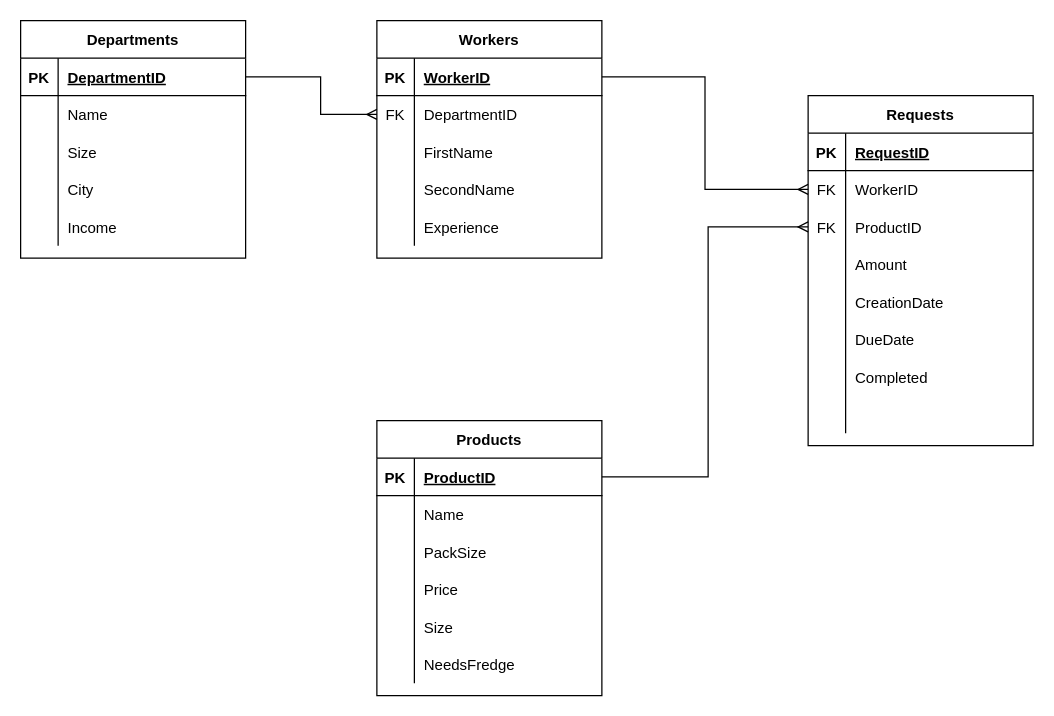
The draw.io diagram page "Страница 1" (1 of 2) of lab1/Model.drawio in alena-zayts/BMSTU_5sem_databases, before the edit. Source tidied: cells renumbered, new cells numbered last; positions are measured from the earlier drawing's top-left corner, leaving out a move shared by most shapes. Both pictures are drawn from the tidied source at 125%, with x=0, y=0 at pixel (20, 20).
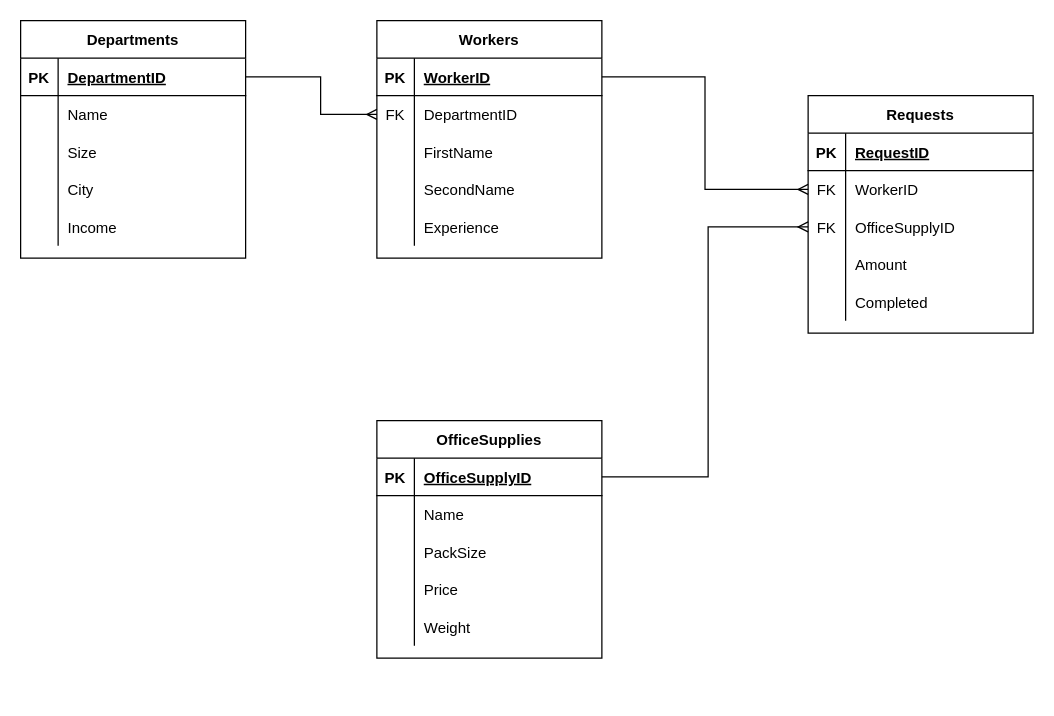
Above is the later version.

The change refers to these unchanged cells:
```xml
<mxCell id="9" style="shape=partialRectangle;fillColor=none;top=0;left=0;bottom=0;right=0;points=[[0,0.5],[1,0.5]];portConstraint=eastwest;" parent="2" vertex="1">
  <mxGeometry y="90" width="180" height="30" as="geometry" />
</mxCell>
<mxCell id="46" style="shape=partialRectangle;fillColor=none;top=0;left=0;bottom=1;right=0;points=[[0,0.5],[1,0.5]];portConstraint=eastwest;" parent="45" vertex="1">
  <mxGeometry y="30" width="180" height="30" as="geometry" />
</mxCell>
<mxCell id="58" style="shape=partialRectangle;fillColor=none;top=0;left=0;bottom=0;right=0;" parent="45" vertex="1">
  <mxGeometry y="150" width="180" height="30" as="geometry" />
</mxCell>
```

Change to the diagram source:
```diff
@@
     <mxCell id="2" value="Requests" style="shape=table;startSize=30;childLayout=tableLayout;rowLines=0;fontStyle=1;align=center;" parent="1" vertex="1">
-      <mxGeometry x="630" y="60" width="180" height="280" as="geometry" />
+      <mxGeometry x="630" y="60" width="180" height="190" as="geometry" />
     </mxCell>
@@
-    <mxCell id="11" value="ProductID" style="shape=partialRectangle;fillColor=none;top=0;left=0;bottom=0;right=0;align=left;spacingLeft=6;overflow=hidden;" parent="9" vertex="1">
+    <mxCell id="11" value="OfficeSupplyID" style="shape=partialRectangle;fillColor=none;top=0;left=0;bottom=0;right=0;align=left;spacingLeft=6;overflow=hidden;" parent="9" vertex="1">
       <mxGeometry x="30" width="150" height="30" as="geometry" />
     </mxCell>
@@
-    <mxCell id="15" style="shape=partialRectangle;fillColor=none;top=0;left=0;bottom=0;right=0;" parent="2" vertex="1">
-      <mxGeometry y="150" width="180" height="30" as="geometry" />
-    </mxCell>
-    <mxCell id="16" style="shape=partialRectangle;fillColor=none;top=0;left=0;bottom=0;right=0;overflow=hidden;" parent="15" vertex="1">
-      <mxGeometry width="30" height="30" as="geometry" />
-    </mxCell>
-    <mxCell id="17" value="CreationDate" style="shape=partialRectangle;fillColor=none;top=0;left=0;bottom=0;right=0;align=left;spacingLeft=6;overflow=hidden;" parent="15" vertex="1">
-      <mxGeometry x="30" width="150" height="30" as="geometry" />
-    </mxCell>
-    <mxCell id="18" style="shape=partialRectangle;fillColor=none;top=0;left=0;bottom=0;right=0;" parent="2" vertex="1">
-      <mxGeometry y="180" width="180" height="30" as="geometry" />
-    </mxCell>
-    <mxCell id="19" style="shape=partialRectangle;fillColor=none;top=0;left=0;bottom=0;right=0;overflow=hidden;" parent="18" vertex="1">
-      <mxGeometry width="30" height="30" as="geometry" />
-    </mxCell>
-    <mxCell id="20" value="DueDate" style="shape=partialRectangle;fillColor=none;top=0;left=0;bottom=0;right=0;align=left;spacingLeft=6;overflow=hidden;" parent="18" vertex="1">
-      <mxGeometry x="30" width="150" height="30" as="geometry" />
-    </mxCell>
     <mxCell id="21" style="shape=partialRectangle;fillColor=none;top=0;left=0;bottom=0;right=0;" parent="2" vertex="1">
-      <mxGeometry y="210" width="180" height="30" as="geometry" />
+      <mxGeometry y="150" width="180" height="30" as="geometry" />
     </mxCell>
@@
-    <mxCell id="24" style="shape=partialRectangle;fillColor=none;top=0;left=0;bottom=0;right=0;" parent="2" vertex="1">
-      <mxGeometry y="240" width="180" height="30" as="geometry" />
-    </mxCell>
-    <mxCell id="25" style="shape=partialRectangle;fillColor=none;top=0;left=0;bottom=0;right=0;overflow=hidden;" parent="24" vertex="1">
-      <mxGeometry width="30" height="30" as="geometry" />
-    </mxCell>
-    <mxCell id="26" style="shape=partialRectangle;fillColor=none;top=0;left=0;bottom=0;right=0;align=left;spacingLeft=6;overflow=hidden;" parent="24" vertex="1">
-      <mxGeometry x="30" width="150" height="30" as="geometry" />
-    </mxCell>
@@
-    <mxCell id="45" value="Products" style="shape=table;startSize=30;childLayout=tableLayout;rowLines=0;fontStyle=1;align=center;" parent="1" vertex="1">
-      <mxGeometry x="285" y="320" width="180" height="220" as="geometry" />
+    <mxCell id="45" value="OfficeSupplies" style="shape=table;startSize=30;childLayout=tableLayout;rowLines=0;fontStyle=1;align=center;" parent="1" vertex="1">
+      <mxGeometry x="285" y="320" width="180" height="190" as="geometry" />
     </mxCell>
@@
-    <mxCell id="48" value="ProductID" style="shape=partialRectangle;fillColor=none;top=0;left=0;bottom=0;right=0;align=left;spacingLeft=6;fontStyle=5;overflow=hidden;" parent="46" vertex="1">
+    <mxCell id="48" value="OfficeSupplyID" style="shape=partialRectangle;fillColor=none;top=0;left=0;bottom=0;right=0;align=left;spacingLeft=6;fontStyle=5;overflow=hidden;" parent="46" vertex="1">
       <mxGeometry x="30" width="150" height="30" as="geometry" />
     </mxCell>
@@
-    <mxCell id="60" value="Size" style="shape=partialRectangle;fillColor=none;top=0;left=0;bottom=0;right=0;align=left;spacingLeft=6;overflow=hidden;" parent="58" vertex="1">
+    <mxCell id="60" value="Weight" style="shape=partialRectangle;fillColor=none;top=0;left=0;bottom=0;right=0;align=left;spacingLeft=6;overflow=hidden;" parent="58" vertex="1">
       <mxGeometry x="30" width="150" height="30" as="geometry" />
     </mxCell>
-    <mxCell id="61" style="shape=partialRectangle;fillColor=none;top=0;left=0;bottom=0;right=0;" parent="45" vertex="1">
-      <mxGeometry y="180" width="180" height="30" as="geometry" />
-    </mxCell>
-    <mxCell id="62" style="shape=partialRectangle;fillColor=none;top=0;left=0;bottom=0;right=0;overflow=hidden;" parent="61" vertex="1">
-      <mxGeometry width="30" height="30" as="geometry" />
-    </mxCell>
-    <mxCell id="63" value="NeedsFredge" style="shape=partialRectangle;fillColor=none;top=0;left=0;bottom=0;right=0;align=left;spacingLeft=6;overflow=hidden;" parent="61" vertex="1">
-      <mxGeometry x="30" width="150" height="30" as="geometry" />
-    </mxCell>
```
